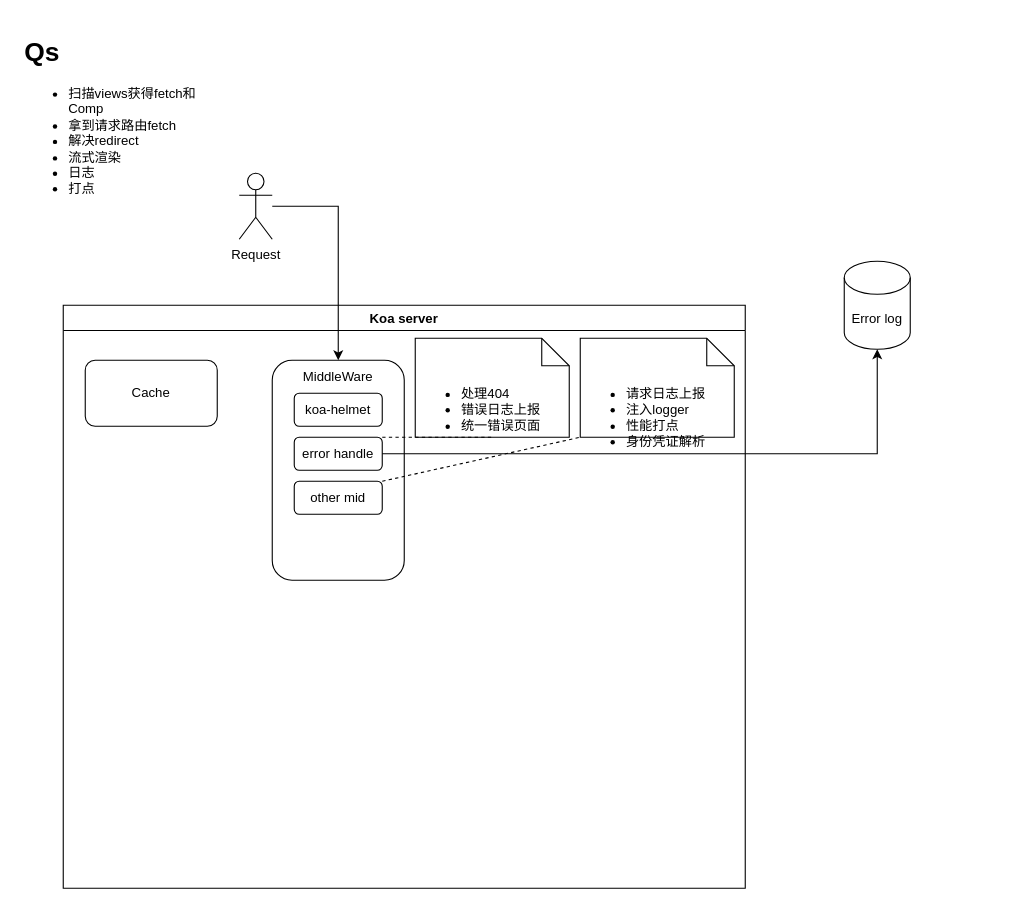
Before: ssr/Untitled Diagram.drawio in liaoyeguo/diagrams-repo, a draw.io diagram. Source tidied: cells renumbered, new cells numbered last; positions are measured from the earlier drawing's top-left corner, leaving out a move shared by most shapes. Both pictures are drawn from the tidied source at 110%, with x=0, y=0 at pixel (19, 30).
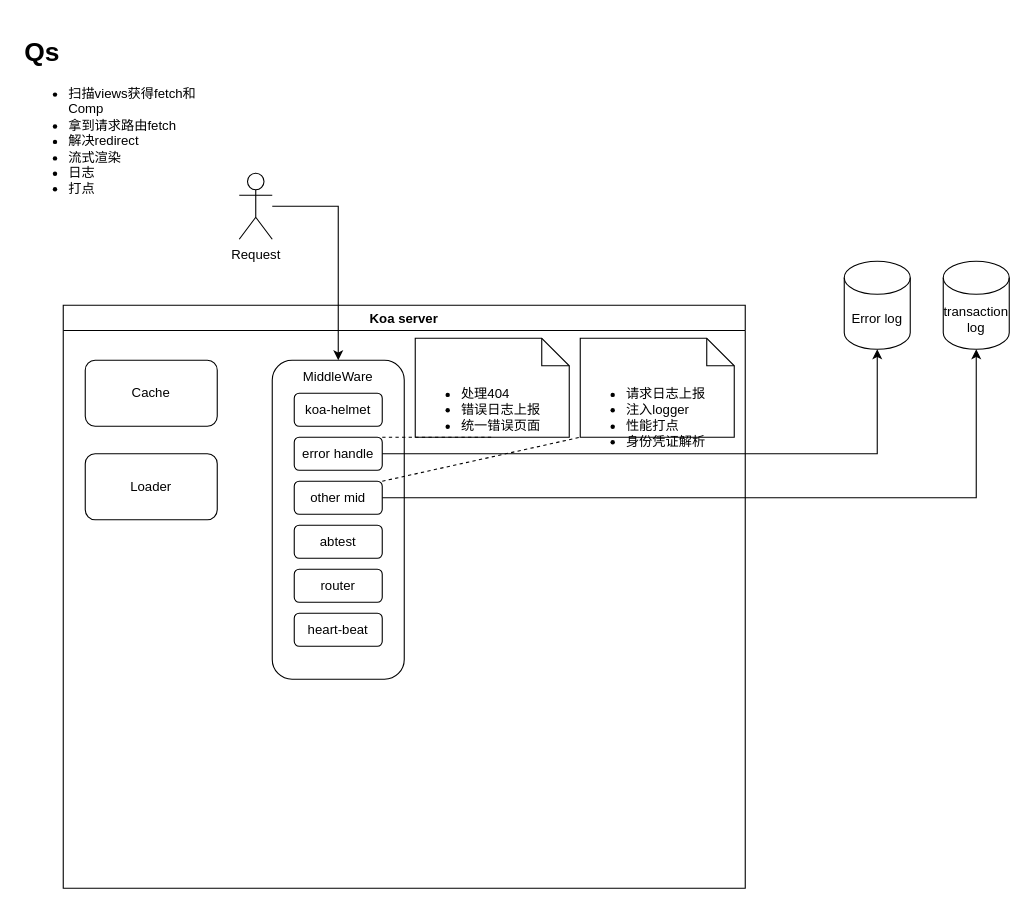
After the change.

Unchanged cells that the change refers to:
```xml
<mxCell id="2" value="Koa server" style="swimlane;" parent="1" vertex="1">
  <mxGeometry x="40" y="250" width="620" height="530" as="geometry" />
</mxCell>
<mxCell id="9" value="other mid" style="rounded=1;whiteSpace=wrap;html=1;" parent="4" vertex="1">
  <mxGeometry x="20" y="110" width="80" height="30" as="geometry" />
</mxCell>
```

Diff of the diagram source:
```diff
@@
     <mxCell id="4" style="group;" parent="2" vertex="1">
-      <mxGeometry x="190" y="50" width="120" height="200" as="geometry" />
+      <mxGeometry x="190" y="50" width="120" height="290" as="geometry" />
     </mxCell>
     <mxCell id="5" style="rounded=1;whiteSpace=wrap;html=1;" parent="4" vertex="1">
-      <mxGeometry width="120" height="200" as="geometry" />
+      <mxGeometry width="120" height="290" as="geometry" />
     </mxCell>
@@
+    <mxCell id="19" value="abtest" style="rounded=1;whiteSpace=wrap;html=1;" parent="4" vertex="1">
+      <mxGeometry x="20" y="150" width="80" height="30" as="geometry" />
+    </mxCell>
+    <mxCell id="20" value="router" style="rounded=1;whiteSpace=wrap;html=1;" parent="4" vertex="1">
+      <mxGeometry x="20" y="190" width="80" height="30" as="geometry" />
+    </mxCell>
+    <mxCell id="21" value="heart-beat" style="rounded=1;whiteSpace=wrap;html=1;" parent="4" vertex="1">
+      <mxGeometry x="20" y="230" width="80" height="30" as="geometry" />
+    </mxCell>
@@
+    <mxCell id="22" value="Loader" style="rounded=1;whiteSpace=wrap;html=1;" parent="2" vertex="1">
+      <mxGeometry x="20" y="135" width="120" height="60" as="geometry" />
+    </mxCell>
@@
+    <mxCell id="23" value="transaction log" style="shape=cylinder3;whiteSpace=wrap;html=1;boundedLbl=1;backgroundOutline=1;size=15;" parent="1" vertex="1">
+      <mxGeometry x="840" y="210" width="60" height="80" as="geometry" />
+    </mxCell>
+    <mxCell id="24" style="edgeStyle=orthogonalEdgeStyle;rounded=0;jettySize=auto;html=1;exitX=1;exitY=0.5;exitDx=0;exitDy=0;entryX=0.5;entryY=1;entryDx=0;entryDy=0;entryPerimeter=0;" parent="1" edge="1" source="9" target="23">
+      <mxGeometry relative="1" as="geometry" />
+    </mxCell>
```
